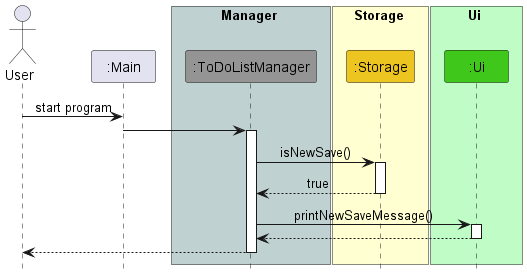
This is docs/images/StartUpStorageSequenceWithNoSaveFile.png from nus-cs2113-AY2223S2/tp, a PlantUML export, as it was before one commit.
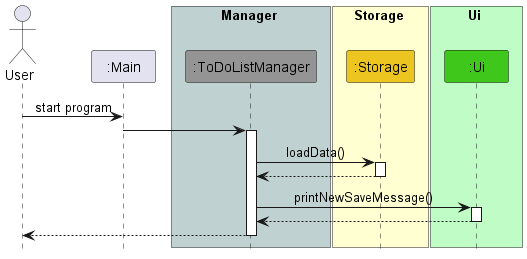
The same diagram one commit later.

Change to the diagram source:
```diff
@@ -19,9 +19,9 @@
 User -> Main: start program
 Main -> ToDoListManager
 activate ToDoListManager
-ToDoListManager -> Storage: isNewSave()
+ToDoListManager -> Storage: loadData()
 activate Storage
-Storage --> ToDoListManager: true
+Storage --> ToDoListManager
 deactivate Storage
 ToDoListManager -> Ui: printNewSaveMessage()
 activate Ui
```
